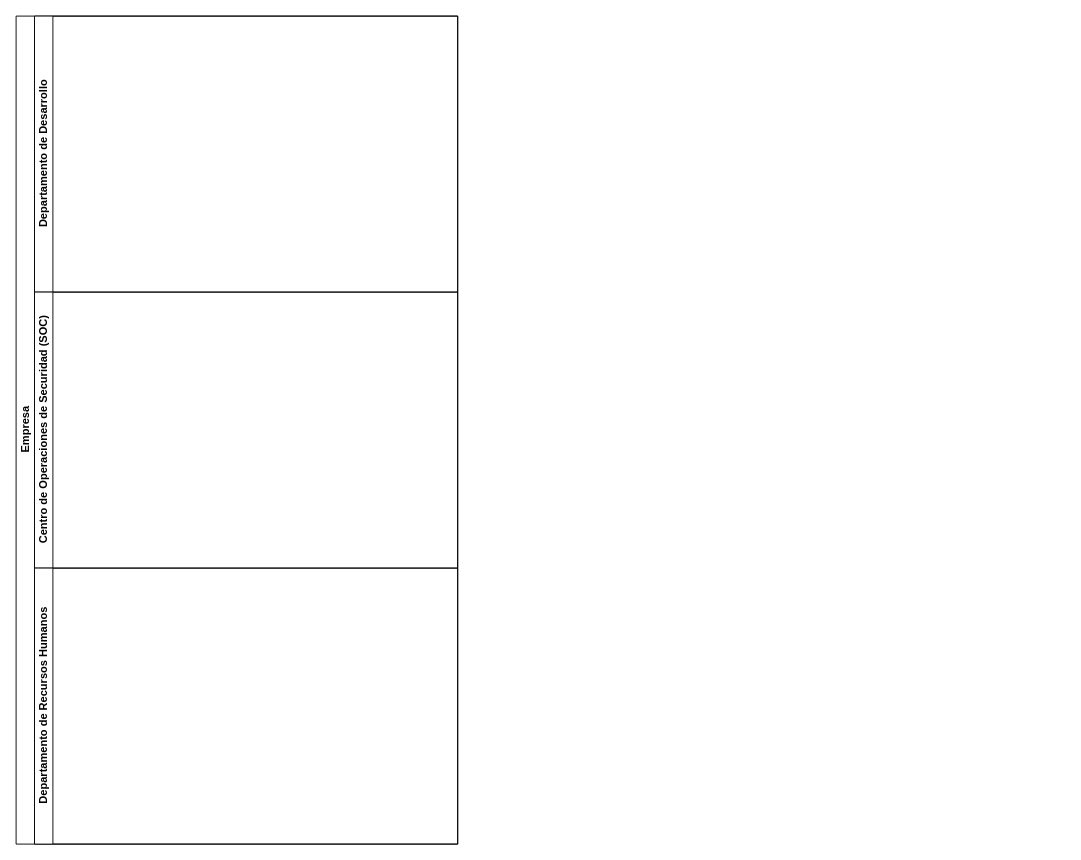
This is Practica1_UML.drawio from alprezz/Practica1_SI, a draw.io file, before an edit. Source tidied: cells renumbered, new cells numbered last; positions are measured from the earlier drawing's top-left corner, leaving out a move shared by most shapes. Both pictures are drawn from the tidied source at 92%, with x=0, y=0 at pixel (16, 16).
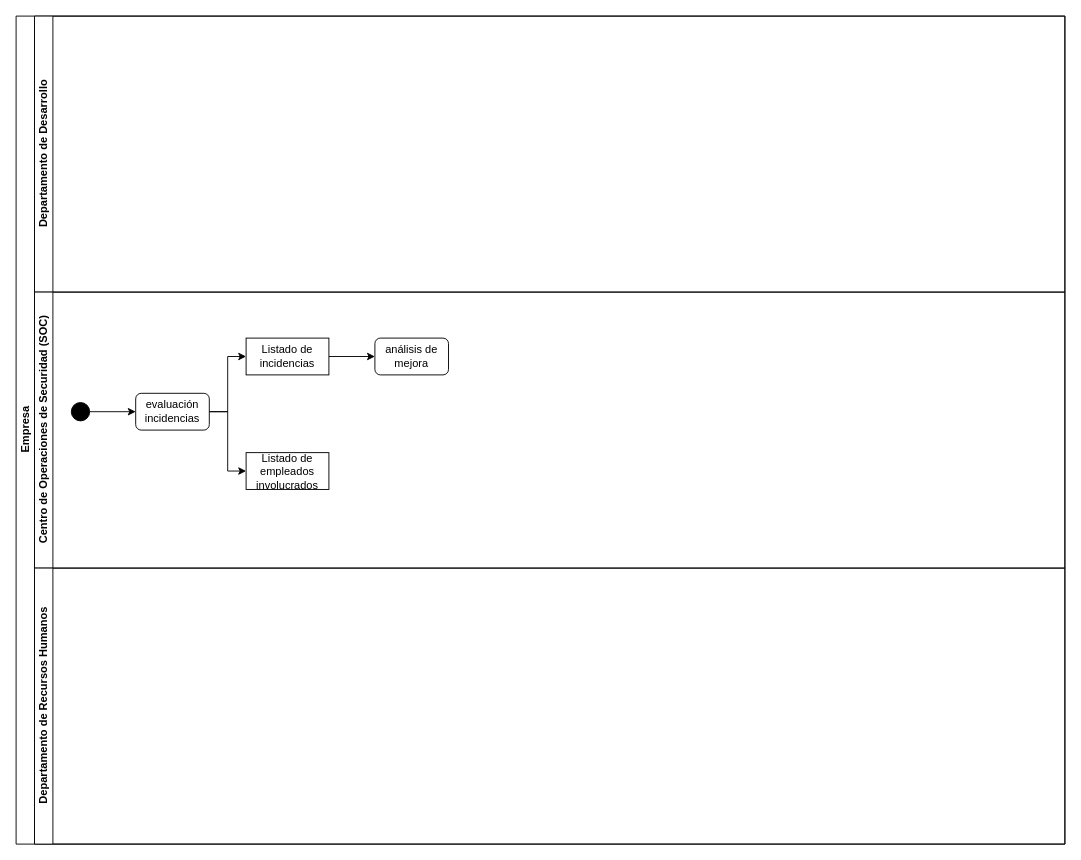
Above is the later version.

The edit, as a diff of the source:
```diff
@@
 <mxGraphModel>
   <root>
     <mxCell id="0" />
     <mxCell id="1" parent="0" />
     <mxCell id="2" value="Empresa" style="swimlane;horizontal=0;startSize=20;html=1;" parent="1" vertex="1">
-      <mxGeometry width="480" height="900" as="geometry" />
+      <mxGeometry width="1140" height="900" as="geometry" />
     </mxCell>
     <mxCell id="3" value="Departamento de Desarrollo" style="swimlane;startSize=20;horizontal=0;html=1;" parent="2" vertex="1">
-      <mxGeometry x="20" width="460" height="300" as="geometry" />
+      <mxGeometry x="20" width="1120" height="300" as="geometry" />
     </mxCell>
     <mxCell id="4" value="Centro de Operaciones de Securidad (SOC)" style="swimlane;startSize=20;horizontal=0;html=1;" parent="2" vertex="1">
-      <mxGeometry x="20" y="300" width="460" height="300" as="geometry" />
+      <mxGeometry x="20" y="300" width="1120" height="300" as="geometry" />
     </mxCell>
+    <mxCell id="6" style="edgeStyle=orthogonalEdgeStyle;rounded=0;jettySize=auto;html=1;exitX=1;exitY=0.5;exitDx=0;exitDy=0;entryX=0;entryY=0.5;entryDx=0;entryDy=0;" parent="4" edge="1" source="7" target="10">
+      <mxGeometry relative="1" as="geometry" />
+    </mxCell>
+    <mxCell id="7" style="ellipse;fillColor=strokeColor;html=1;" parent="4" vertex="1">
+      <mxGeometry x="40" y="120" width="20" height="20" as="geometry" />
+    </mxCell>
+    <mxCell id="8" style="edgeStyle=orthogonalEdgeStyle;rounded=0;jettySize=auto;html=1;exitX=1;exitY=0.5;exitDx=0;exitDy=0;entryX=0;entryY=0.5;entryDx=0;entryDy=0;" parent="4" edge="1" source="10" target="12">
+      <mxGeometry relative="1" as="geometry" />
+    </mxCell>
+    <mxCell id="9" style="edgeStyle=orthogonalEdgeStyle;rounded=0;jettySize=auto;html=1;exitX=1;exitY=0.5;exitDx=0;exitDy=0;entryX=0;entryY=0.5;entryDx=0;entryDy=0;" parent="4" edge="1" source="10" target="13">
+      <mxGeometry relative="1" as="geometry" />
+    </mxCell>
+    <mxCell id="10" value="evaluación incidencias" style="rounded=1;whiteSpace=wrap;html=1;" parent="4" vertex="1">
+      <mxGeometry x="110" y="110" width="80" height="40" as="geometry" />
+    </mxCell>
+    <mxCell id="11" style="edgeStyle=orthogonalEdgeStyle;rounded=0;jettySize=auto;html=1;exitX=1;exitY=0.5;exitDx=0;exitDy=0;entryX=0;entryY=0.5;entryDx=0;entryDy=0;" parent="4" edge="1" source="12" target="14">
+      <mxGeometry relative="1" as="geometry" />
+    </mxCell>
+    <mxCell id="12" value="Listado de incidencias" style="rounded=0;whiteSpace=wrap;html=1;" parent="4" vertex="1">
+      <mxGeometry x="230" y="50" width="90" height="40" as="geometry" />
+    </mxCell>
+    <mxCell id="13" value="Listado de empleados involucrados" style="rounded=0;whiteSpace=wrap;html=1;" parent="4" vertex="1">
+      <mxGeometry x="230" y="174.5" width="90" height="40" as="geometry" />
+    </mxCell>
+    <mxCell id="14" value="análisis de mejora" style="rounded=1;whiteSpace=wrap;html=1;" parent="4" vertex="1">
+      <mxGeometry x="370" y="50" width="80" height="40" as="geometry" />
+    </mxCell>
     <mxCell id="5" value="Departamento de Recursos Humanos" style="swimlane;startSize=20;horizontal=0;html=1;" parent="2" vertex="1">
-      <mxGeometry x="20" y="600" width="460" height="300" as="geometry" />
+      <mxGeometry x="20" y="600" width="1120" height="300" as="geometry" />
     </mxCell>
   </root>
 </mxGraphModel>
```
